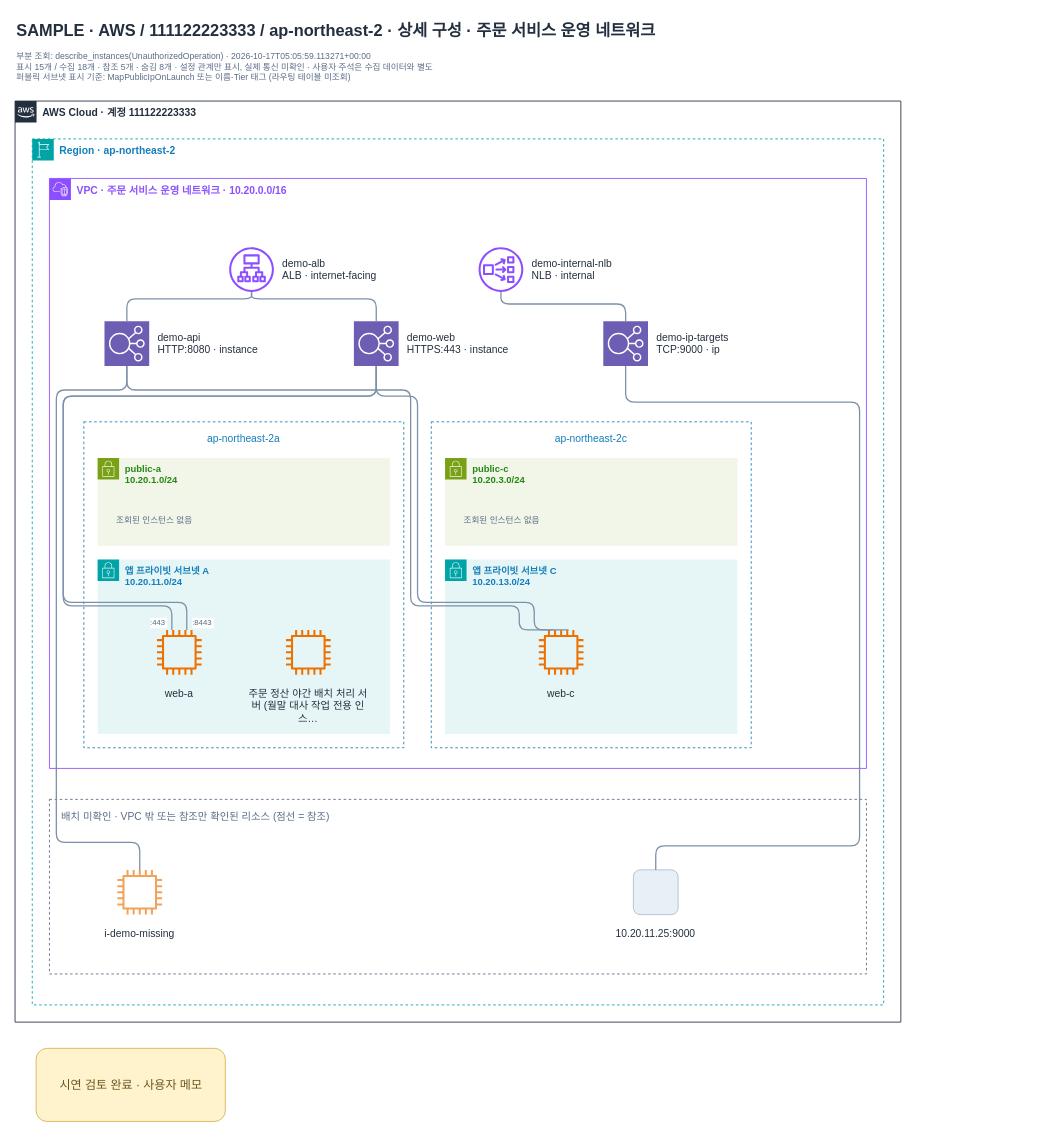
men16922/diagram-bot keeps this draw.io diagram as examples/demo/edited-topology.drawio. Above is the earlier version. Source tidied: cells renumbered, new cells numbered last; positions are measured from the earlier drawing's top-left corner, leaving out a move shared by most shapes. Both pictures are drawn from the tidied source at 86%, with x=0, y=0 at pixel (15, 15).
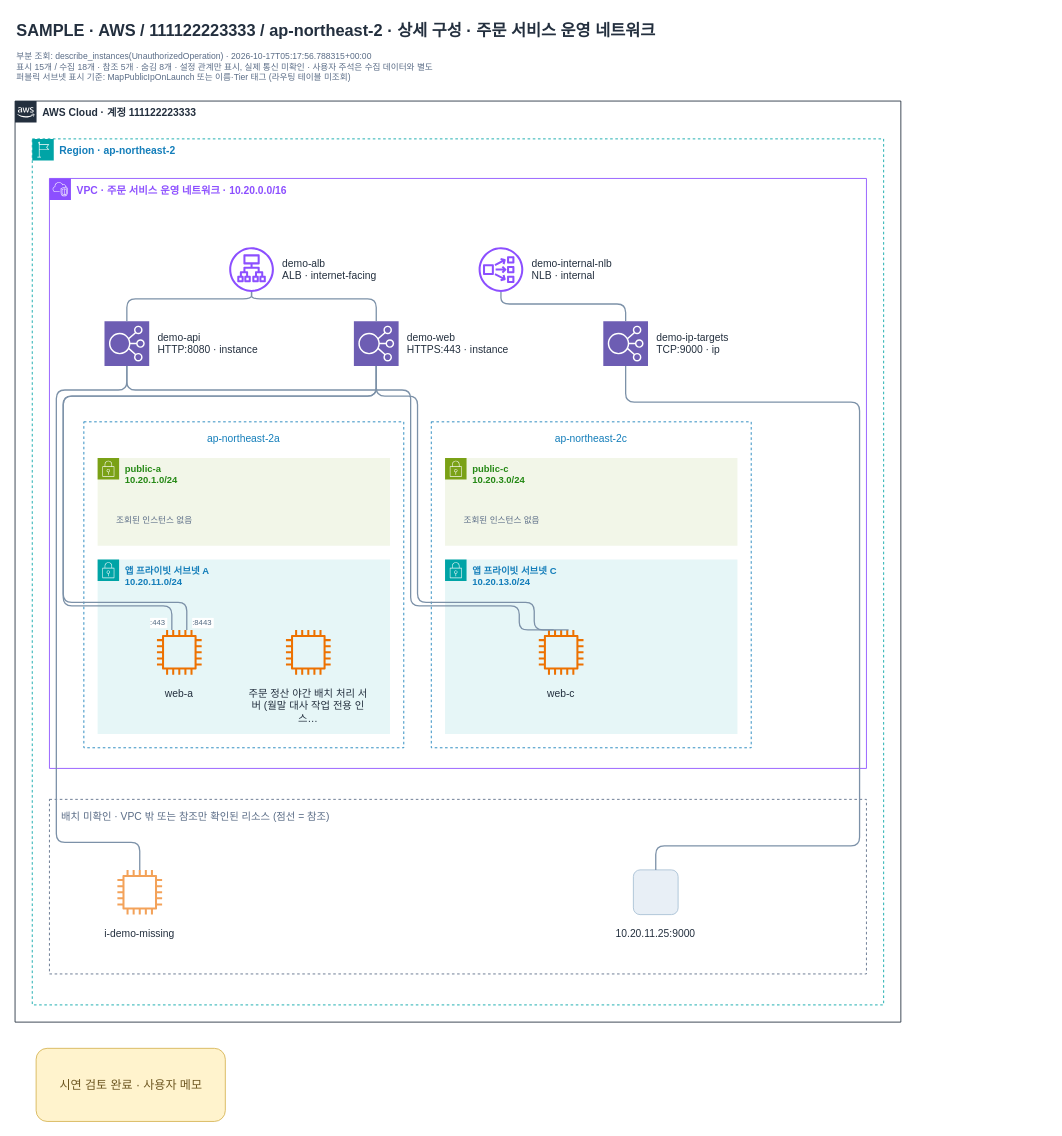
The same page after the edit.

Diff of the diagram source:
```diff
@@
-    <mxCell id="3" value="부분 조회: describe_instances(UnauthorizedOperation) · 2026-10-17T05:05:59.113271+00:00&#10;표시 15개 / 수집 18개 · 참조 5개 · 숨김 8개 · 설정 관계만 표시, 실제 통신 미확인 · 사용자 주석은 수집 데이터와 별도&#10;퍼블릭 서브넷 표시 기준: MapPublicIpOnLaunch 또는 이름·Tier 태그 (라우팅 테이블 미조회)" style="html=0;fontFamily=Arial;fontSize=12;fontColor=#232F3E;text;align=left;verticalAlign=top;whiteSpace=wrap;fontSize=10;fontColor=#5A6C86;strokeColor=none;fillColor=none;" parent="1" vertex="1">
+    <mxCell id="3" value="부분 조회: describe_instances(UnauthorizedOperation) · 2026-10-17T05:17:56.788315+00:00&#10;표시 15개 / 수집 18개 · 참조 5개 · 숨김 8개 · 설정 관계만 표시, 실제 통신 미확인 · 사용자 주석은 수집 데이터와 별도&#10;퍼블릭 서브넷 표시 기준: MapPublicIpOnLaunch 또는 이름·Tier 태그 (라우팅 테이블 미조회)" style="html=0;fontFamily=Arial;fontSize=12;fontColor=#232F3E;text;align=left;verticalAlign=top;whiteSpace=wrap;fontSize=10;fontColor=#5A6C86;strokeColor=none;fillColor=none;" parent="1" vertex="1">
       <mxGeometry y="36" width="960" height="42" as="geometry" />
     </mxCell>
```
